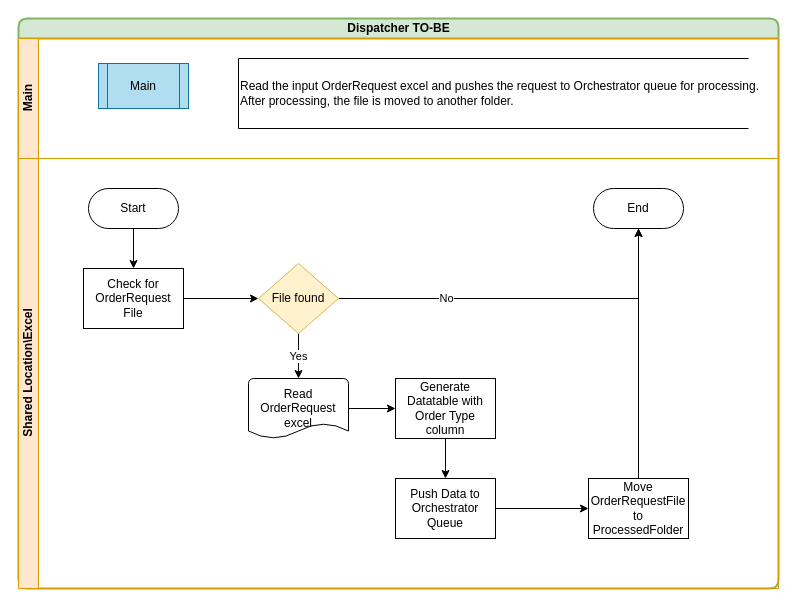
The draw.io diagram page "Dispatcher To-BE" (3 of 3) of _layouts/Untitled Diagram.drawio in Neha92/github-slideshow, before the edit. Source tidied: cells renumbered, new cells numbered last; positions are measured from the earlier drawing's top-left corner, leaving out a move shared by most shapes. Both pictures are drawn from the tidied source at 100%, with x=0, y=0 at pixel (18, 18).
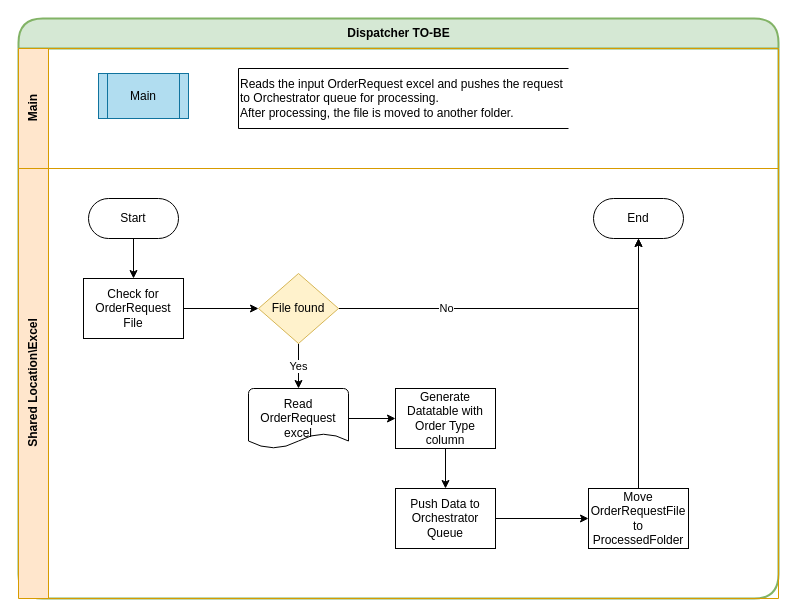
The same page after the edit.

Change to the diagram source:
```diff
@@
-    <mxCell id="2" value="&lt;span&gt;Dispatcher TO-BE&lt;/span&gt;" style="swimlane;html=1;horizontal=1;startSize=20;rounded=1;strokeColor=#82b366;strokeWidth=2;fillColor=#d5e8d4;labelBorderColor=none;" parent="1" vertex="1">
-      <mxGeometry width="760" height="570" as="geometry" />
+    <mxCell id="2" value="&lt;span&gt;Dispatcher TO-BE&lt;/span&gt;" style="swimlane;html=1;horizontal=1;startSize=30;rounded=1;strokeColor=#82b366;strokeWidth=2;fillColor=#d5e8d4;labelBorderColor=none;arcSize=27;" parent="1" vertex="1">
+      <mxGeometry width="760" height="580" as="geometry" />
     </mxCell>
-    <mxCell id="3" value="Main" style="swimlane;html=1;startSize=20;horizontal=0;fillColor=#ffe6cc;strokeColor=#d79b00;" parent="2" vertex="1">
-      <mxGeometry y="20" width="760" height="120" as="geometry" />
+    <mxCell id="3" value="Main" style="swimlane;html=1;startSize=30;horizontal=0;fillColor=#ffe6cc;strokeColor=#d79b00;" parent="2" vertex="1">
+      <mxGeometry y="30" width="760" height="120" as="geometry" />
     </mxCell>
@@
-    <mxCell id="5" value="Read the input OrderRequest excel and pushes the request to Orchestrator queue for processing.&lt;br&gt;After processing, the file is moved to another folder." style="strokeWidth=1;html=1;shape=mxgraph.flowchart.annotation_1;align=left;rounded=1;" parent="3" vertex="1">
-      <mxGeometry x="220" y="20" width="510" height="70" as="geometry" />
+    <mxCell id="5" value="Reads the input OrderRequest excel and pushes the request &lt;br&gt;to Orchestrator queue for processing.&lt;br&gt;After processing, the file is moved to another folder." style="strokeWidth=1;html=1;shape=mxgraph.flowchart.annotation_1;align=left;rounded=1;" parent="3" vertex="1">
+      <mxGeometry x="220" y="20" width="330" height="60" as="geometry" />
     </mxCell>
-    <mxCell id="6" value="Shared Location\Excel" style="swimlane;html=1;startSize=20;horizontal=0;fillColor=#ffe6cc;strokeColor=#d79b00;" parent="2" vertex="1">
-      <mxGeometry y="140" width="760" height="430" as="geometry" />
+    <mxCell id="6" value="Shared Location\Excel" style="swimlane;html=1;startSize=30;horizontal=0;fillColor=#ffe6cc;strokeColor=#d79b00;" parent="2" vertex="1">
+      <mxGeometry y="150" width="760" height="430" as="geometry" />
     </mxCell>
```
